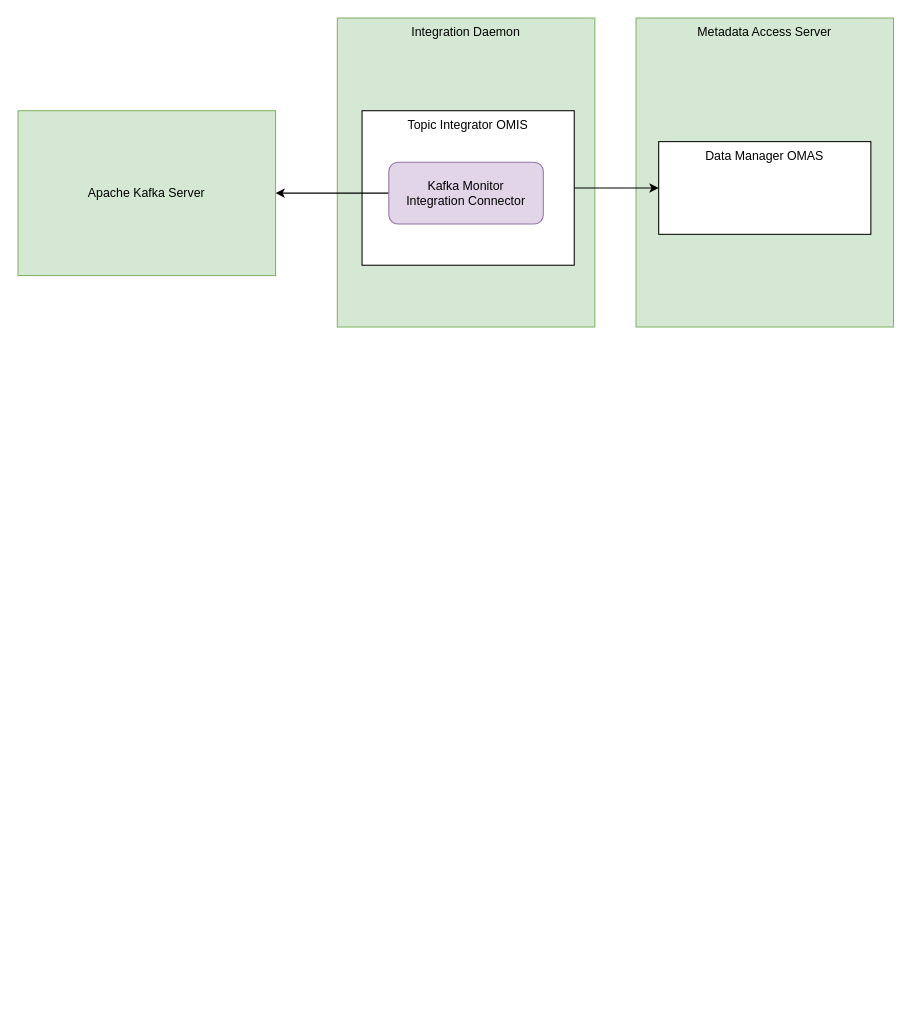
Above: page "kafka-integration-connectors" (5 of 20) of site/docs/connectors/connector-catalog.drawio in odpi/egeria-docs (draw.io), before the change. Source tidied: cells renumbered, new cells numbered last; positions are measured from the earlier drawing's top-left corner, leaving out a move shared by most shapes. Both pictures are drawn from the tidied source at 103%, with x=0, y=0 at pixel (18, 18).
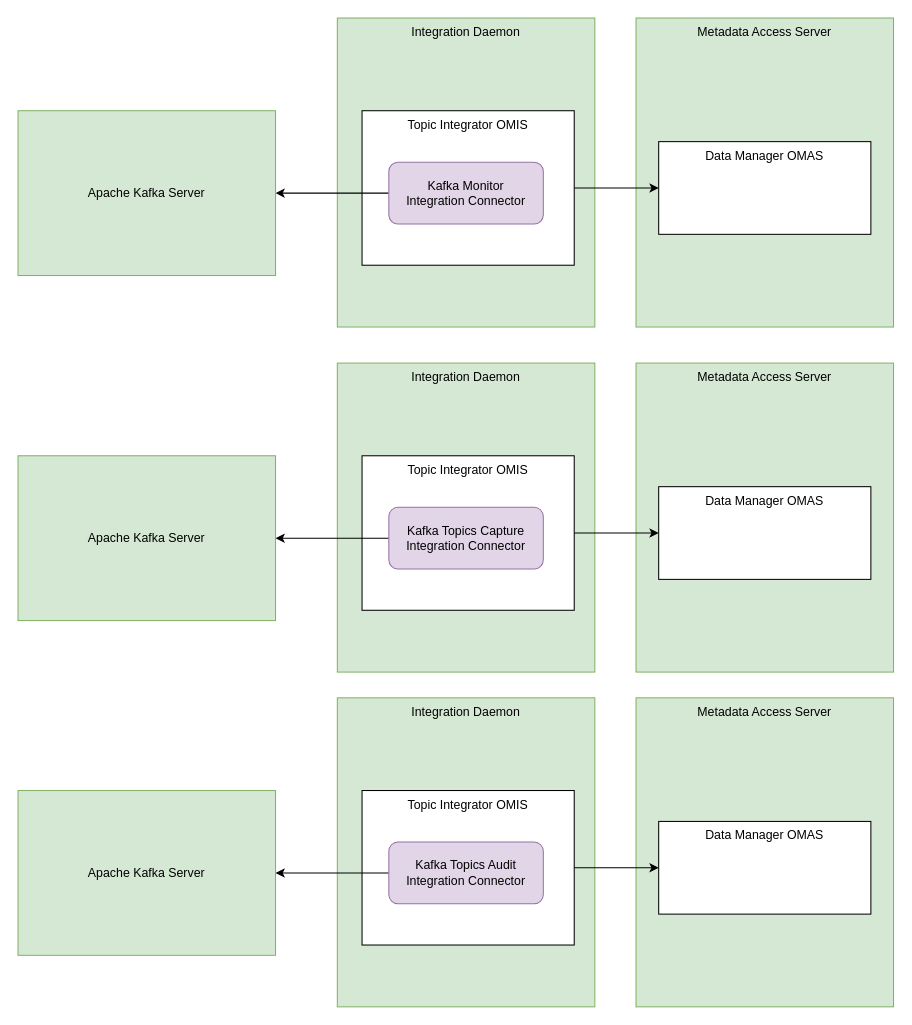
The same diagram, later.

Change to the diagram source:
```diff
@@
+    <mxCell id="10" value="Integration Daemon" style="rounded=0;whiteSpace=wrap;html=1;verticalAlign=top;fillColor=#d5e8d4;strokeColor=#82b366;" parent="1" vertex="1">
+      <mxGeometry x="310" y="335" width="250" height="300" as="geometry" />
+    </mxCell>
+    <mxCell id="11" value="Topic Integrator OMIS" style="rounded=0;whiteSpace=wrap;html=1;verticalAlign=top;" parent="1" vertex="1">
+      <mxGeometry x="334" y="425" width="206" height="150" as="geometry" />
+    </mxCell>
+    <mxCell id="12" style="edgeStyle=orthogonalEdgeStyle;rounded=0;jettySize=auto;html=1;exitX=0;exitY=0.5;exitDx=0;exitDy=0;" parent="1" edge="1" source="13">
+      <mxGeometry relative="1" as="geometry">
+        <mxPoint x="250" y="505" as="targetPoint" />
+      </mxGeometry>
+    </mxCell>
+    <mxCell id="13" value="Kafka Topics Capture&lt;br&gt;Integration Connector" style="rounded=1;whiteSpace=wrap;html=1;fillColor=#e1d5e7;strokeColor=#9673a6;" parent="1" vertex="1">
+      <mxGeometry x="360" y="475" width="150" height="60" as="geometry" />
+    </mxCell>
+    <mxCell id="14" value="Metadata Access Server" style="rounded=0;whiteSpace=wrap;html=1;verticalAlign=top;fillColor=#d5e8d4;strokeColor=#82b366;" parent="1" vertex="1">
+      <mxGeometry x="600" y="335" width="250" height="300" as="geometry" />
+    </mxCell>
+    <mxCell id="15" value="Data Manager OMAS" style="rounded=0;whiteSpace=wrap;html=1;verticalAlign=top;" parent="1" vertex="1">
+      <mxGeometry x="622" y="455" width="206" height="90" as="geometry" />
+    </mxCell>
+    <mxCell id="16" style="edgeStyle=orthogonalEdgeStyle;rounded=0;jettySize=auto;html=1;entryX=0;entryY=0.5;entryDx=0;entryDy=0;" parent="1" edge="1" source="11" target="15">
+      <mxGeometry relative="1" as="geometry" />
+    </mxCell>
+    <mxCell id="17" value="Apache Kafka Server" style="rounded=0;whiteSpace=wrap;html=1;verticalAlign=middle;fillColor=#d5e8d4;strokeColor=#82b366;" parent="1" vertex="1">
+      <mxGeometry y="425" width="250" height="160" as="geometry" />
+    </mxCell>
+    <mxCell id="18" value="Integration Daemon" style="rounded=0;whiteSpace=wrap;html=1;verticalAlign=top;fillColor=#d5e8d4;strokeColor=#82b366;" parent="1" vertex="1">
+      <mxGeometry x="310" y="660" width="250" height="300" as="geometry" />
+    </mxCell>
+    <mxCell id="19" value="Topic Integrator OMIS" style="rounded=0;whiteSpace=wrap;html=1;verticalAlign=top;" parent="1" vertex="1">
+      <mxGeometry x="334" y="750" width="206" height="150" as="geometry" />
+    </mxCell>
+    <mxCell id="20" style="edgeStyle=orthogonalEdgeStyle;rounded=0;jettySize=auto;html=1;exitX=0;exitY=0.5;exitDx=0;exitDy=0;" parent="1" edge="1" source="21">
+      <mxGeometry relative="1" as="geometry">
+        <mxPoint x="250" y="830" as="targetPoint" />
+      </mxGeometry>
+    </mxCell>
+    <mxCell id="21" value="Kafka Topics Audit&lt;br&gt;Integration Connector" style="rounded=1;whiteSpace=wrap;html=1;fillColor=#e1d5e7;strokeColor=#9673a6;" parent="1" vertex="1">
+      <mxGeometry x="360" y="800" width="150" height="60" as="geometry" />
+    </mxCell>
+    <mxCell id="22" value="Metadata Access Server" style="rounded=0;whiteSpace=wrap;html=1;verticalAlign=top;fillColor=#d5e8d4;strokeColor=#82b366;" parent="1" vertex="1">
+      <mxGeometry x="600" y="660" width="250" height="300" as="geometry" />
+    </mxCell>
+    <mxCell id="23" value="Data Manager OMAS" style="rounded=0;whiteSpace=wrap;html=1;verticalAlign=top;" parent="1" vertex="1">
+      <mxGeometry x="622" y="780" width="206" height="90" as="geometry" />
+    </mxCell>
+    <mxCell id="24" style="edgeStyle=orthogonalEdgeStyle;rounded=0;jettySize=auto;html=1;entryX=0;entryY=0.5;entryDx=0;entryDy=0;" parent="1" edge="1" source="19" target="23">
+      <mxGeometry relative="1" as="geometry" />
+    </mxCell>
+    <mxCell id="25" value="Apache Kafka Server" style="rounded=0;whiteSpace=wrap;html=1;verticalAlign=middle;fillColor=#d5e8d4;strokeColor=#82b366;" parent="1" vertex="1">
+      <mxGeometry y="750" width="250" height="160" as="geometry" />
+    </mxCell>
```
